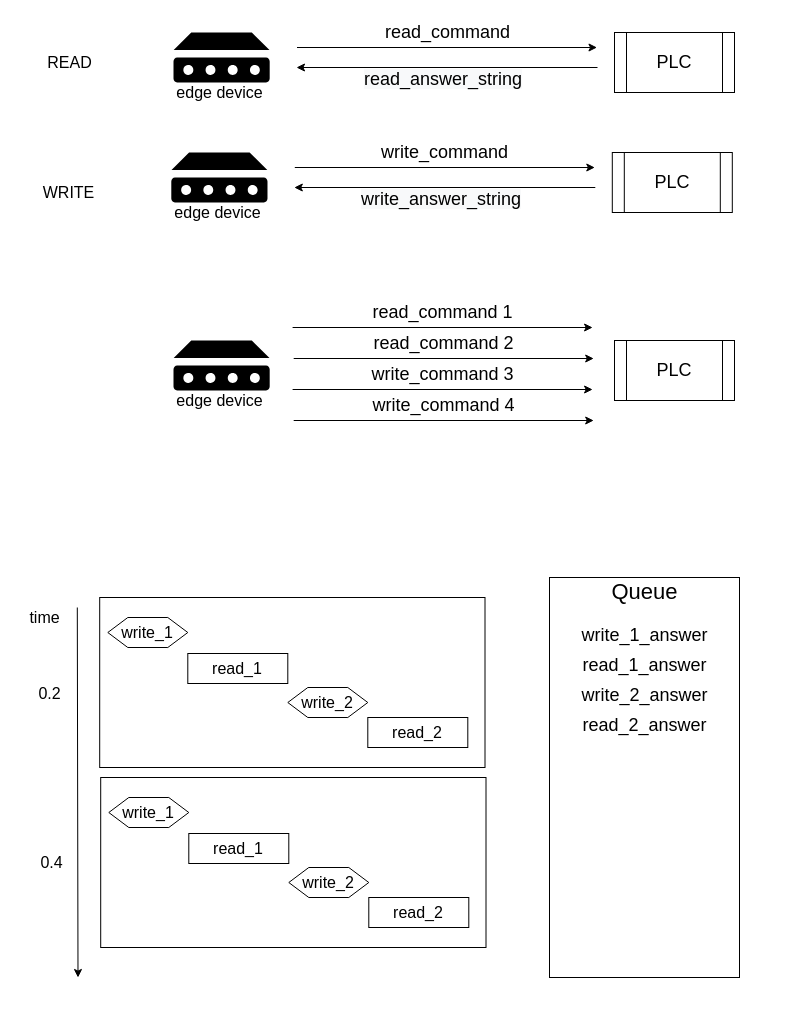
This is PLCqueue.drawio from Flamingo-G/hello-world, a draw.io file, before an edit. Source tidied: cells renumbered, new cells numbered last; positions are measured from the earlier drawing's top-left corner, leaving out a move shared by most shapes. Both pictures are drawn from the tidied source at 100%, with x=0, y=0 at pixel (19, 17).
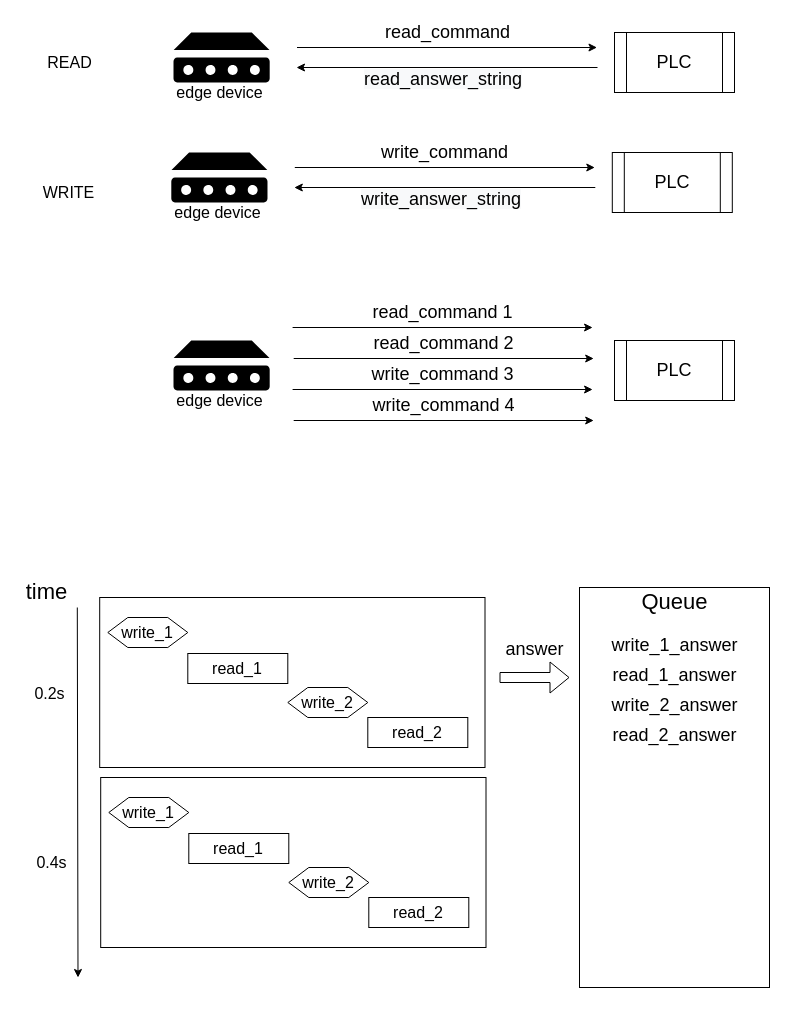
The same diagram, later.

Commit message:
PLCqueue.drawio を更新します

What changed in the source:
```diff
@@
-    <mxCell id="30" value="time" style="text;html=1;align=center;verticalAlign=middle;strokeColor=none;fontSize=16;" parent="1" vertex="1">
-      <mxGeometry y="590" width="50" height="20" as="geometry" />
+    <mxCell id="30" value="time" style="text;html=1;align=center;verticalAlign=middle;strokeColor=none;fontSize=22;" parent="1" vertex="1">
+      <mxGeometry x="-2.9" y="560" width="60" height="30" as="geometry" />
     </mxCell>
@@
-    <mxCell id="35" value="0.2" style="text;html=1;align=center;verticalAlign=middle;strokeColor=none;fontSize=16;" parent="1" vertex="1">
-      <mxGeometry x="10" y="666" width="40" height="20" as="geometry" />
+    <mxCell id="35" value="0.2s" style="text;html=1;align=center;verticalAlign=middle;strokeColor=none;fontSize=16;" parent="1" vertex="1">
+      <mxGeometry x="5" y="666" width="50" height="20" as="geometry" />
     </mxCell>
@@
-    <mxCell id="42" value="0.4" style="text;html=1;align=center;verticalAlign=middle;strokeColor=none;fontSize=16;" parent="1" vertex="1">
-      <mxGeometry x="12.1" y="835" width="40" height="20" as="geometry" />
+    <mxCell id="42" value="0.4s" style="text;html=1;align=center;verticalAlign=middle;strokeColor=none;fontSize=16;" parent="1" vertex="1">
+      <mxGeometry x="7.1" y="835" width="50" height="20" as="geometry" />
     </mxCell>
     <mxCell id="43" style="rounded=0;whiteSpace=wrap;html=1;" parent="1" vertex="1">
-      <mxGeometry x="530" y="560" width="190" height="400" as="geometry" />
+      <mxGeometry x="560" y="570" width="190" height="400" as="geometry" />
     </mxCell>
     <mxCell id="44" value="Queue" style="text;html=1;align=center;verticalAlign=middle;strokeColor=none;fontSize=22;" parent="1" vertex="1">
-      <mxGeometry x="585" y="560" width="80" height="30" as="geometry" />
+      <mxGeometry x="615" y="570" width="80" height="30" as="geometry" />
     </mxCell>
     <mxCell id="45" value="write_1_answer" style="text;html=1;align=center;verticalAlign=middle;strokeColor=none;fontSize=18;" parent="1" vertex="1">
-      <mxGeometry x="555" y="603" width="140" height="30" as="geometry" />
+      <mxGeometry x="585" y="613" width="140" height="30" as="geometry" />
     </mxCell>
     <mxCell id="46" value="read_1_answer" style="text;html=1;align=center;verticalAlign=middle;strokeColor=none;fontSize=18;" parent="1" vertex="1">
-      <mxGeometry x="555" y="633" width="140" height="30" as="geometry" />
+      <mxGeometry x="585" y="643" width="140" height="30" as="geometry" />
     </mxCell>
     <mxCell id="47" value="write_2_answer" style="text;html=1;align=center;verticalAlign=middle;strokeColor=none;fontSize=18;" parent="1" vertex="1">
-      <mxGeometry x="555" y="663" width="140" height="30" as="geometry" />
+      <mxGeometry x="585" y="673" width="140" height="30" as="geometry" />
     </mxCell>
     <mxCell id="48" value="read_2_answer" style="text;html=1;align=center;verticalAlign=middle;strokeColor=none;fontSize=18;" parent="1" vertex="1">
-      <mxGeometry x="555" y="693" width="140" height="30" as="geometry" />
+      <mxGeometry x="585" y="703" width="140" height="30" as="geometry" />
     </mxCell>
+    <mxCell id="49" style="edgeStyle=orthogonalEdgeStyle;rounded=0;orthogonalLoop=1;jettySize=auto;html=1;exitX=0.5;exitY=1;exitDx=0;exitDy=0;fontSize=18;" parent="1" edge="1" source="43" target="43">
+      <mxGeometry relative="1" as="geometry" />
+    </mxCell>
+    <mxCell id="50" style="shape=flexArrow;endArrow=classic;html=1;fontSize=18;" parent="1" edge="1">
+      <mxGeometry relative="1" as="geometry">
+        <mxPoint x="480" y="660" as="sourcePoint" />
+        <mxPoint x="550" y="660" as="targetPoint" />
+      </mxGeometry>
+    </mxCell>
+    <mxCell id="51" value="answer" style="text;html=1;align=center;verticalAlign=middle;strokeColor=none;fontSize=18;" parent="1" vertex="1">
+      <mxGeometry x="480" y="617" width="70" height="30" as="geometry" />
+    </mxCell>
```
